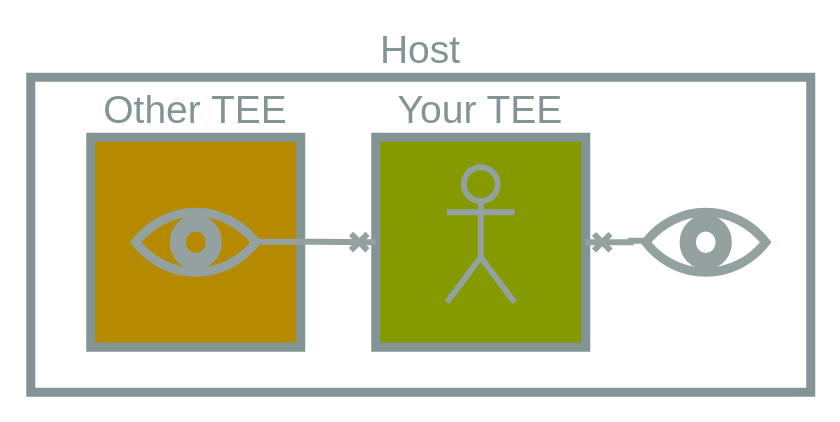
Above: static/tee_protection.drawio in JimMadge/TEEs-for-TREs (draw.io), before the change. Source tidied: cells renumbered, new cells numbered last; positions are measured from the earlier drawing's top-left corner, leaving out a move shared by most shapes. Both pictures are drawn from the tidied source at 150%, with x=0, y=0 at pixel (30, 76).
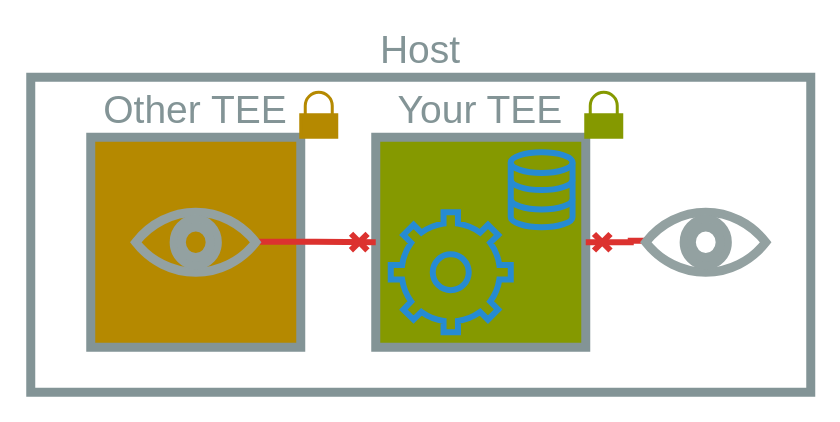
Above is the later version.

The edit, as a diff of the source:
```diff
@@
 <mxGraphModel>
   <root>
     <mxCell id="0" />
     <mxCell id="1" parent="0" />
     <mxCell id="2" value="Host" style="rounded=0;whiteSpace=wrap;html=1;fontSize=26;fontColor=#839496;strokeWidth=6;strokeColor=#839496;labelPosition=center;verticalLabelPosition=top;align=center;verticalAlign=bottom;fillColor=none;" parent="1" vertex="1">
       <mxGeometry width="520" height="210" as="geometry" />
     </mxCell>
     <mxCell id="3" value="Your TEE" style="rounded=0;whiteSpace=wrap;html=1;fontSize=26;fontColor=#839496;strokeWidth=6;strokeColor=#839496;labelPosition=center;verticalLabelPosition=top;align=center;verticalAlign=bottom;fillColor=light-dark(#859900,#859900);" parent="1" vertex="1">
       <mxGeometry x="230" y="40" width="140" height="140" as="geometry" />
     </mxCell>
     <mxCell id="4" value="Other TEE" style="rounded=0;whiteSpace=wrap;html=1;fontSize=26;fontColor=#839496;strokeWidth=6;strokeColor=#839496;labelPosition=center;verticalLabelPosition=top;align=center;verticalAlign=bottom;fillColor=#B58900;" parent="1" vertex="1">
       <mxGeometry x="40" y="40" width="140" height="140" as="geometry" />
     </mxCell>
-    <mxCell id="5" style="edgeStyle=orthogonalEdgeStyle;rounded=0;jettySize=auto;html=1;exitX=0.985;exitY=0.491;exitDx=0;exitDy=0;startArrow=none;startFill=0;endArrow=cross;endFill=0;entryX=0;entryY=0.5;entryDx=0;entryDy=0;strokeWidth=4;strokeColor=#93A1A1;exitPerimeter=0;" parent="1" edge="1" source="9" target="3">
+    <mxCell id="5" style="edgeStyle=orthogonalEdgeStyle;rounded=0;jettySize=auto;html=1;exitX=0.985;exitY=0.491;exitDx=0;exitDy=0;startArrow=none;startFill=0;endArrow=cross;endFill=0;entryX=0;entryY=0.5;entryDx=0;entryDy=0;strokeWidth=4;strokeColor=#DC322F;exitPerimeter=0;" parent="1" edge="1" source="9" target="3">
       <mxGeometry relative="1" as="geometry" />
     </mxCell>
-    <mxCell id="6" style="edgeStyle=orthogonalEdgeStyle;rounded=0;jettySize=auto;html=1;exitX=0.016;exitY=0.475;exitDx=0;exitDy=0;endArrow=cross;endFill=0;strokeWidth=4;strokeColor=#93A1A1;exitPerimeter=0;" parent="1" edge="1" source="8" target="3">
+    <mxCell id="6" style="edgeStyle=orthogonalEdgeStyle;rounded=0;jettySize=auto;html=1;exitX=0.016;exitY=0.475;exitDx=0;exitDy=0;endArrow=cross;endFill=0;strokeWidth=4;strokeColor=#DC322F;exitPerimeter=0;" parent="1" edge="1" source="8" target="3">
       <mxGeometry relative="1" as="geometry">
         <Array as="points">
           <mxPoint x="400" y="110" />
         </Array>
       </mxGeometry>
     </mxCell>
-    <mxCell id="7" style="shape=umlActor;verticalLabelPosition=bottom;verticalAlign=top;html=1;strokeWidth=4;fillColor=none;strokeColor=#93A1A1;" parent="1" vertex="1">
-      <mxGeometry x="277.5" y="60" width="45" height="90" as="geometry" />
-    </mxCell>
     <mxCell id="8" style="html=1;verticalLabelPosition=bottom;align=center;labelBackgroundColor=#ffffff;verticalAlign=top;strokeWidth=6;strokeColor=#93A1A1;shadow=0;dashed=0;shape=mxgraph.ios7.icons.eye;fillColor=none;" parent="1" vertex="1">
       <mxGeometry x="410" y="90" width="80" height="40" as="geometry" />
     </mxCell>
     <mxCell id="9" style="html=1;verticalLabelPosition=bottom;align=center;labelBackgroundColor=#ffffff;verticalAlign=top;strokeWidth=6;strokeColor=#93A1A1;shadow=0;dashed=0;shape=mxgraph.ios7.icons.eye;fillColor=none;" parent="1" vertex="1">
       <mxGeometry x="70" y="90" width="80" height="40" as="geometry" />
     </mxCell>
+    <mxCell id="10" style="html=1;verticalLabelPosition=bottom;align=center;labelBackgroundColor=#ffffff;verticalAlign=top;strokeWidth=4;strokeColor=#268BD2;shadow=0;dashed=0;shape=mxgraph.ios7.icons.data;fillColor=none;" parent="1" vertex="1">
+      <mxGeometry x="320" y="50" width="41.2" height="50" as="geometry" />
+    </mxCell>
+    <mxCell id="11" style="html=1;verticalLabelPosition=bottom;align=center;labelBackgroundColor=#ffffff;verticalAlign=top;strokeWidth=4;strokeColor=#268BD2;shadow=0;dashed=0;shape=mxgraph.ios7.icons.settings;fillColor=none;" parent="1" vertex="1">
+      <mxGeometry x="240" y="90" width="80" height="80" as="geometry" />
+    </mxCell>
+    <mxCell id="12" style="html=1;verticalLabelPosition=bottom;align=center;labelBackgroundColor=#ffffff;verticalAlign=top;strokeWidth=2;strokeColor=#859900;shadow=0;dashed=0;shape=mxgraph.ios7.icons.locked;fillColor=#859900;" parent="1" vertex="1">
+      <mxGeometry x="370" y="10" width="24" height="30" as="geometry" />
+    </mxCell>
+    <mxCell id="13" style="html=1;verticalLabelPosition=bottom;align=center;labelBackgroundColor=#ffffff;verticalAlign=top;strokeWidth=2;strokeColor=#B58900;shadow=0;dashed=0;shape=mxgraph.ios7.icons.locked;fillColor=#B58900;" parent="1" vertex="1">
+      <mxGeometry x="180" y="10" width="24" height="30" as="geometry" />
+    </mxCell>
   </root>
 </mxGraphModel>
```
